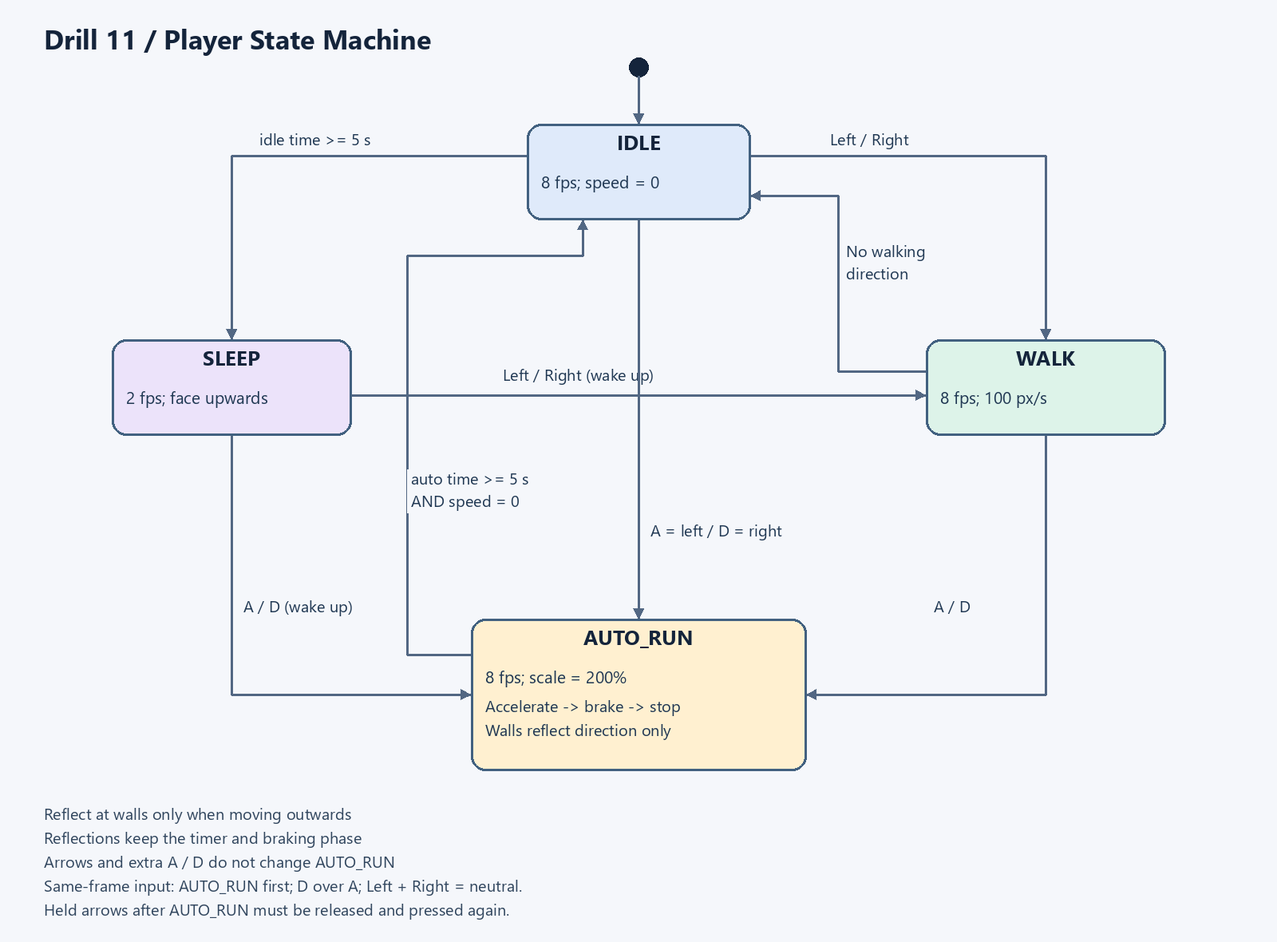
rachimel/2DGP-DRILL-11 keeps this PlantUML diagram as state_diagram.png. Above is the earlier version. Its source is kept beside it as state_diagram.puml.
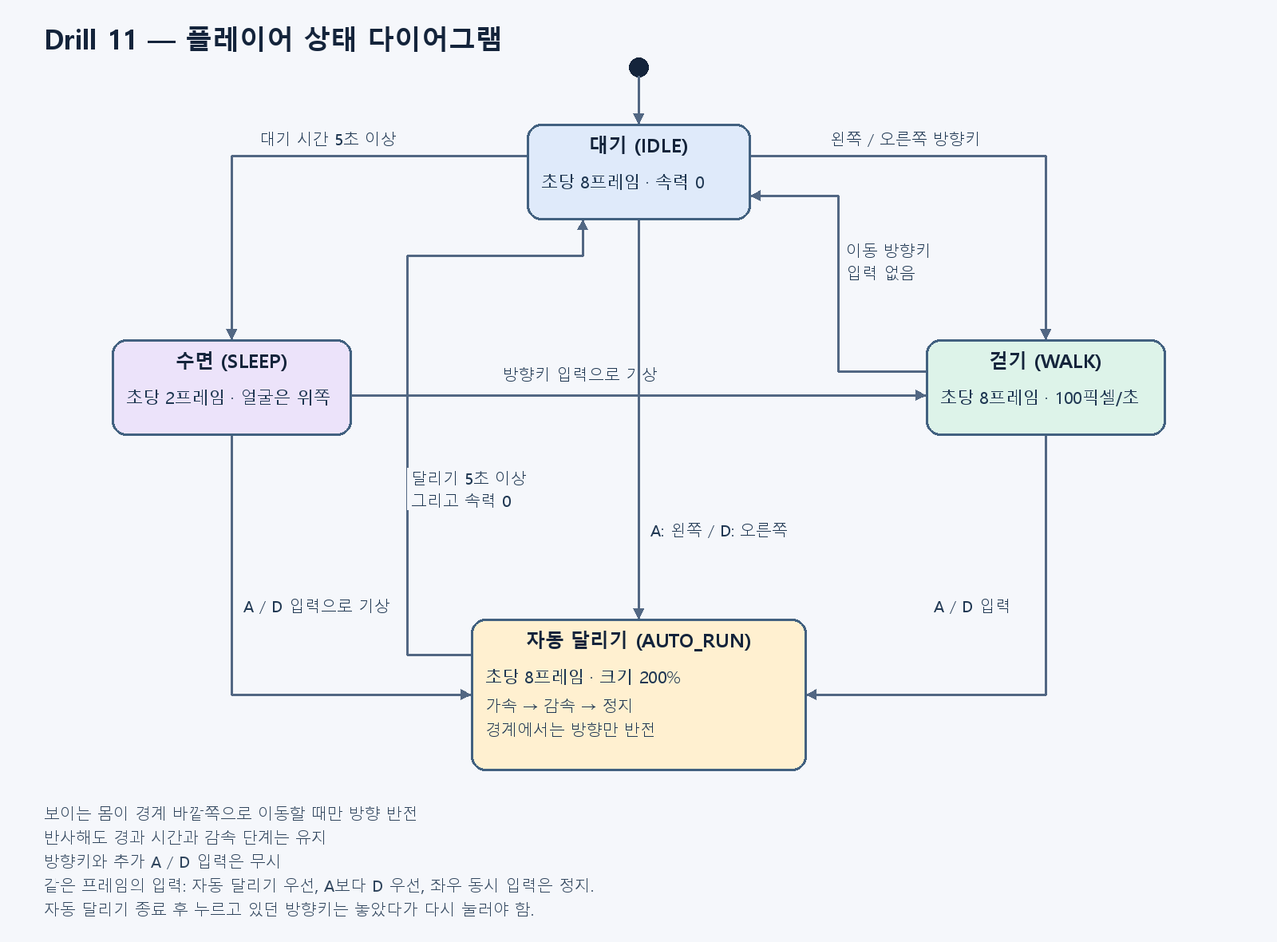
The same file after the commit.

Commit message:
T67-1 상태 다이어그램 한국어 적용

What changed in the source:
```diff
@@ -1,32 +1,36 @@
 @startuml
-title Drill 11 Player State Machine
+title Drill 11 — 플레이어 상태 다이어그램
+state "대기 (IDLE)" as IDLE
+state "걷기 (WALK)" as WALK
+state "수면 (SLEEP)" as SLEEP
+state "자동 달리기 (AUTO_RUN)" as AUTO_RUN
 [*] --> IDLE
-IDLE --> WALK : Left / Right
-WALK --> IDLE : No walking direction
-IDLE --> SLEEP : idle time >= 5 s
-SLEEP --> WALK : Left / Right (wake up)
-IDLE --> AUTO_RUN : A = left / D = right
-WALK --> AUTO_RUN : A / D
-SLEEP --> AUTO_RUN : A / D (wake up)
-AUTO_RUN --> IDLE : auto time >= 5 s AND speed = 0
+IDLE --> WALK : 왼쪽 / 오른쪽 방향키
+WALK --> IDLE : 이동 방향키 입력 없음
+IDLE --> SLEEP : 대기 시간 5초 이상
+SLEEP --> WALK : 방향키 입력으로 기상
+IDLE --> AUTO_RUN : A: 왼쪽 / D: 오른쪽
+WALK --> AUTO_RUN : A / D 입력
+SLEEP --> AUTO_RUN : A / D 입력으로 기상
+AUTO_RUN --> IDLE : 달리기 5초 이상 그리고 속력 0
 note bottom of IDLE
-  8 fps; speed = 0
+  초당 8프레임 · 속력 0
 end note
 note bottom of WALK
-  8 fps; 100 px/s
+  초당 8프레임 · 100픽셀/초
 end note
 note bottom of SLEEP
-  2 fps; face upwards
+  초당 2프레임 · 얼굴은 위쪽
 end note
 note bottom of AUTO_RUN
-  8 fps; scale = 200%
-  Accelerate, then brake; clamp speed to 0
-  Reflect at walls only when moving outwards
-  Reflections keep the timer and braking phase
-  Arrows and extra A / D do not change AUTO_RUN
+  초당 8프레임 · 크기 200%
+  가속 후 감속하고 속력은 0에서 멈춤
+  보이는 몸이 경계 바깥쪽으로 이동할 때만 방향 반전
+  반사해도 경과 시간과 감속 단계는 유지
+  방향키와 추가 A / D 입력은 무시
 end note
 legend bottom
-  Same-frame input: AUTO_RUN first; D over A; Left + Right = neutral.
-  Held arrows after AUTO_RUN must be released and pressed again.
+  같은 프레임의 입력: 자동 달리기 우선, A보다 D 우선, 좌우 동시 입력은 정지.
+  자동 달리기 종료 후 누르고 있던 방향키는 놓았다가 다시 눌러야 함.
 endlegend
 @enduml
```
